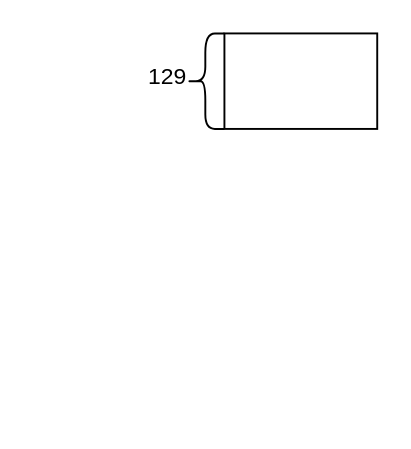
The draw.io diagram deepgemm.drawio in youzjuer/study, before the edit. Source tidied: cells renumbered, new cells numbered last; positions are measured from the earlier drawing's top-left corner, leaving out a move shared by most shapes. Both pictures are drawn from the tidied source at 191%, with x=0, y=0 at pixel (128, 32).
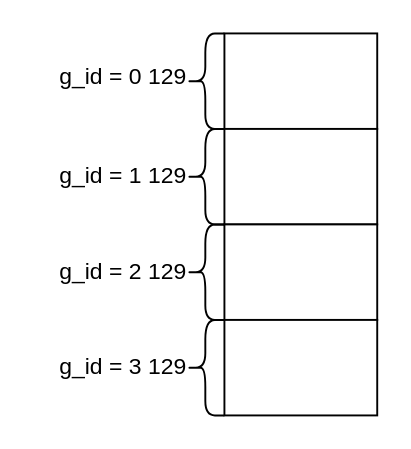
The same page after the edit.

Diff of the diagram source:
```diff
@@
 <mxGraphModel>
   <root>
     <mxCell id="0" />
     <mxCell id="1" parent="0" />
     <mxCell id="2" style="rounded=0;whiteSpace=wrap;html=1;" parent="1" vertex="1">
       <mxGeometry x="50" width="80" height="50" as="geometry" />
     </mxCell>
     <mxCell id="3" style="shape=curlyBracket;whiteSpace=wrap;html=1;rounded=1;labelPosition=left;verticalLabelPosition=middle;align=right;verticalAlign=middle;" parent="1" vertex="1">
       <mxGeometry x="30" width="20" height="50" as="geometry" />
     </mxCell>
     <mxCell id="4" value="129" style="text;html=1;align=center;verticalAlign=middle;strokeColor=none;fillColor=none;" parent="1" vertex="1">
       <mxGeometry y="8" width="40" height="30" as="geometry" />
     </mxCell>
+    <mxCell id="5" style="rounded=0;whiteSpace=wrap;html=1;" parent="1" vertex="1">
+      <mxGeometry x="50" y="50" width="80" height="50" as="geometry" />
+    </mxCell>
+    <mxCell id="6" style="shape=curlyBracket;whiteSpace=wrap;html=1;rounded=1;labelPosition=left;verticalLabelPosition=middle;align=right;verticalAlign=middle;" parent="1" vertex="1">
+      <mxGeometry x="30" y="50" width="20" height="50" as="geometry" />
+    </mxCell>
+    <mxCell id="7" style="rounded=0;whiteSpace=wrap;html=1;" parent="1" vertex="1">
+      <mxGeometry x="50" y="100" width="80" height="50" as="geometry" />
+    </mxCell>
+    <mxCell id="8" style="shape=curlyBracket;whiteSpace=wrap;html=1;rounded=1;labelPosition=left;verticalLabelPosition=middle;align=right;verticalAlign=middle;" parent="1" vertex="1">
+      <mxGeometry x="30" y="100" width="20" height="50" as="geometry" />
+    </mxCell>
+    <mxCell id="9" style="rounded=0;whiteSpace=wrap;html=1;" parent="1" vertex="1">
+      <mxGeometry x="50" y="150" width="80" height="50" as="geometry" />
+    </mxCell>
+    <mxCell id="10" style="shape=curlyBracket;whiteSpace=wrap;html=1;rounded=1;labelPosition=left;verticalLabelPosition=middle;align=right;verticalAlign=middle;" parent="1" vertex="1">
+      <mxGeometry x="30" y="150" width="20" height="50" as="geometry" />
+    </mxCell>
+    <mxCell id="11" value="129" style="text;html=1;align=center;verticalAlign=middle;strokeColor=none;fillColor=none;" parent="1" vertex="1">
+      <mxGeometry y="60" width="40" height="30" as="geometry" />
+    </mxCell>
+    <mxCell id="12" value="129" style="text;html=1;align=center;verticalAlign=middle;strokeColor=none;fillColor=none;" parent="1" vertex="1">
+      <mxGeometry y="110" width="40" height="30" as="geometry" />
+    </mxCell>
+    <mxCell id="13" value="129" style="text;html=1;align=center;verticalAlign=middle;strokeColor=none;fillColor=none;" parent="1" vertex="1">
+      <mxGeometry y="160" width="40" height="30" as="geometry" />
+    </mxCell>
+    <mxCell id="14" value="g_id = 0" style="text;html=1;align=center;verticalAlign=middle;strokeColor=none;fillColor=none;" parent="1" vertex="1">
+      <mxGeometry x="-50" y="8" width="70" height="30" as="geometry" />
+    </mxCell>
+    <mxCell id="15" value="g_id = 1" style="text;html=1;align=center;verticalAlign=middle;strokeColor=none;fillColor=none;" parent="1" vertex="1">
+      <mxGeometry x="-50" y="60" width="70" height="30" as="geometry" />
+    </mxCell>
+    <mxCell id="16" value="g_id = 2" style="text;html=1;align=center;verticalAlign=middle;strokeColor=none;fillColor=none;" parent="1" vertex="1">
+      <mxGeometry x="-50" y="110" width="70" height="30" as="geometry" />
+    </mxCell>
+    <mxCell id="17" value="g_id = 3" style="text;html=1;align=center;verticalAlign=middle;strokeColor=none;fillColor=none;" parent="1" vertex="1">
+      <mxGeometry x="-50" y="160" width="70" height="30" as="geometry" />
+    </mxCell>
   </root>
 </mxGraphModel>
```
